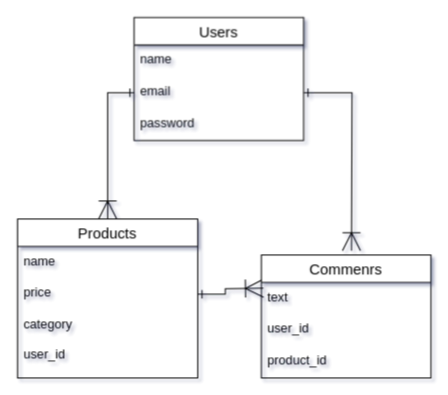
Above: test.dio in rikima0519/furima-34473 (draw.io), before the change. Source tidied: cells renumbered, new cells numbered last; positions are measured from the earlier drawing's top-left corner, leaving out a move shared by most shapes. Both pictures are drawn from the tidied source at 106%, with x=0, y=0 at pixel (17, 17).
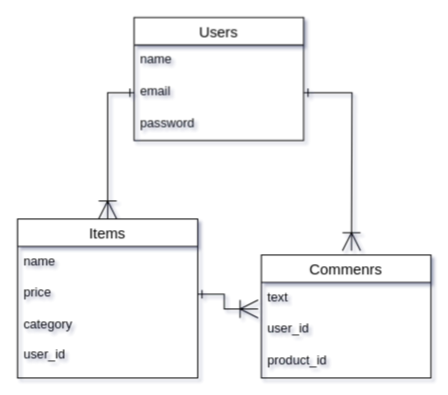
Above is the later version.

Commit message (it also covers changes not shown here):
カラム、テーブルの記入

What changed in the source:
```diff
@@
 <mxGraphModel shadow="1">
   <root>
     <mxCell id="0" />
     <mxCell id="1" parent="0" />
     <mxCell id="2" value="Users" style="swimlane;fontStyle=0;horizontal=1;startSize=26;align=center;fontSize=14;" parent="1" vertex="1">
       <mxGeometry x="110" width="160" height="116" as="geometry" />
     </mxCell>
     <mxCell id="3" value="name" style="text;strokeColor=none;fillColor=none;spacingLeft=4;spacingRight=4;overflow=hidden;fontSize=12;" parent="2" vertex="1">
       <mxGeometry y="26" width="160" height="30" as="geometry" />
     </mxCell>
     <mxCell id="4" value="email" style="text;strokeColor=none;fillColor=none;spacingLeft=4;spacingRight=4;overflow=hidden;points=[[0,0.5],[1,0.5]];portConstraint=eastwest;fontSize=12;" parent="2" vertex="1">
       <mxGeometry y="56" width="160" height="30" as="geometry" />
     </mxCell>
     <mxCell id="5" value="password&#10;&#10;password_confirmation" style="text;strokeColor=none;fillColor=none;spacingLeft=4;spacingRight=4;overflow=hidden;fontSize=12;" parent="2" vertex="1">
       <mxGeometry y="86" width="160" height="30" as="geometry" />
     </mxCell>
-    <mxCell id="6" value="Products" style="swimlane;fontStyle=0;horizontal=1;startSize=26;align=center;fontSize=14;" parent="1" vertex="1">
+    <mxCell id="6" value="Items" style="swimlane;fontStyle=0;horizontal=1;startSize=26;align=center;fontSize=14;" parent="1" vertex="1">
       <mxGeometry y="190" width="170" height="150" as="geometry" />
     </mxCell>
     <mxCell id="7" value="name" style="text;strokeColor=none;fillColor=none;spacingLeft=4;spacingRight=4;overflow=hidden;fontSize=12;" parent="6" vertex="1">
       <mxGeometry y="26" width="170" height="30" as="geometry" />
     </mxCell>
     <mxCell id="8" value="price" style="text;strokeColor=none;fillColor=none;spacingLeft=4;spacingRight=4;overflow=hidden;points=[[0,0.5],[1,0.5]];portConstraint=eastwest;fontSize=12;" parent="6" vertex="1">
       <mxGeometry y="56" width="170" height="30" as="geometry" />
     </mxCell>
     <mxCell id="9" value="category&#10;&#10;user_id" style="text;strokeColor=none;fillColor=none;spacingLeft=4;spacingRight=4;overflow=hidden;fontSize=12;" parent="6" vertex="1">
       <mxGeometry y="86" width="170" height="64" as="geometry" />
     </mxCell>
     <mxCell id="10" style="edgeStyle=orthogonalEdgeStyle;rounded=0;jettySize=auto;html=1;exitX=0;exitY=0.5;exitDx=0;exitDy=0;entryX=0.5;entryY=0;entryDx=0;entryDy=0;endArrow=ERoneToMany;endFill=0;endSize=15;startArrow=ERone;startFill=0;" parent="1" edge="1" source="4" target="6">
       <mxGeometry relative="1" as="geometry" />
     </mxCell>
     <mxCell id="11" style="edgeStyle=orthogonalEdgeStyle;rounded=0;jettySize=auto;html=1;exitX=1;exitY=0.5;exitDx=0;exitDy=0;entryX=0.5;entryY=0;entryDx=0;entryDy=0;endArrow=ERoneToMany;endFill=0;endSize=15;startArrow=ERone;startFill=0;" parent="1" edge="1" source="4">
       <mxGeometry relative="1" as="geometry">
         <mxPoint x="315" y="220" as="targetPoint" />
       </mxGeometry>
     </mxCell>
-    <mxCell id="12" style="edgeStyle=orthogonalEdgeStyle;rounded=0;jettySize=auto;html=1;exitX=1;exitY=0.5;exitDx=0;exitDy=0;endArrow=ERoneToMany;endFill=0;jumpSize=6;endSize=15;entryX=-0.019;entryY=0.1;entryDx=0;entryDy=0;entryPerimeter=0;startArrow=ERone;startFill=0;" parent="1" edge="1" source="8">
-      <mxGeometry relative="1" as="geometry">
-        <mxPoint x="232" y="255.4" as="targetPoint" />
-      </mxGeometry>
+    <mxCell id="12" style="edgeStyle=orthogonalEdgeStyle;rounded=0;jettySize=auto;html=1;exitX=1;exitY=0.5;exitDx=0;exitDy=0;endArrow=ERoneToMany;endFill=0;jumpSize=6;endSize=15;entryX=-0.019;entryY=0.833;entryDx=0;entryDy=0;entryPerimeter=0;startArrow=ERone;startFill=0;" parent="1" edge="1" source="8" target="14">
+      <mxGeometry relative="1" as="geometry" />
     </mxCell>
     <mxCell id="13" value="Commenrs" style="swimlane;fontStyle=0;horizontal=1;startSize=26;align=center;fontSize=14;labelBackgroundColor=none;" parent="1" vertex="1">
       <mxGeometry x="230" y="224" width="160" height="116" as="geometry" />
     </mxCell>
     <mxCell id="14" value="text" style="text;strokeColor=none;fillColor=none;spacingLeft=4;spacingRight=4;overflow=hidden;points=[[0,0.5],[1,0.5]];portConstraint=eastwest;fontSize=12;" parent="13" vertex="1">
       <mxGeometry y="26" width="160" height="30" as="geometry" />
     </mxCell>
     <mxCell id="15" value="user_id" style="text;strokeColor=none;fillColor=none;spacingLeft=4;spacingRight=4;overflow=hidden;fontSize=12;" parent="13" vertex="1">
       <mxGeometry y="56" width="160" height="30" as="geometry" />
     </mxCell>
     <mxCell id="16" value="product_id" style="text;strokeColor=none;fillColor=none;spacingLeft=4;spacingRight=4;overflow=hidden;fontSize=12;" parent="13" vertex="1">
       <mxGeometry y="86" width="160" height="30" as="geometry" />
     </mxCell>
   </root>
 </mxGraphModel>
```
